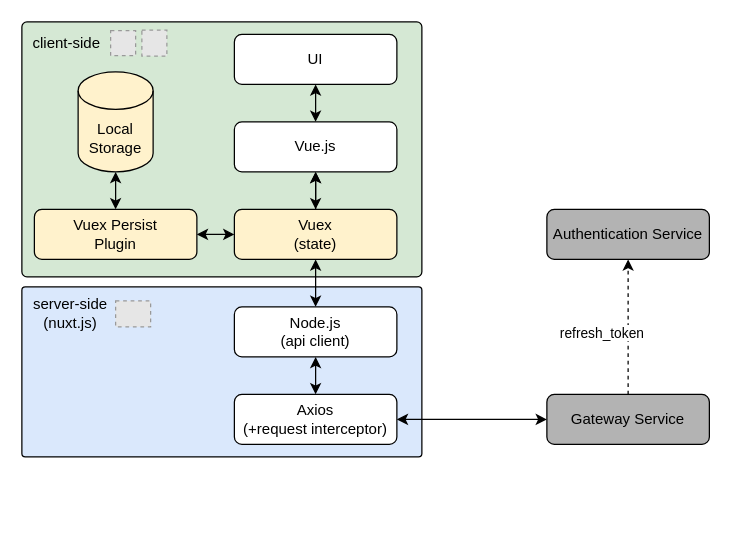
This is page "ui" (2 of 7) of .docs/images/architecture.drawio from DBRepo-Project/dbrepo, a draw.io file, before an edit. Source tidied: cells renumbered, new cells numbered last; positions are measured from the earlier drawing's top-left corner, leaving out a move shared by most shapes. Both pictures are drawn from the tidied source at 125%, with x=0, y=0 at pixel (21, 21). Pictures stored in the file or linked from it are replaced by grey dashed boxes.
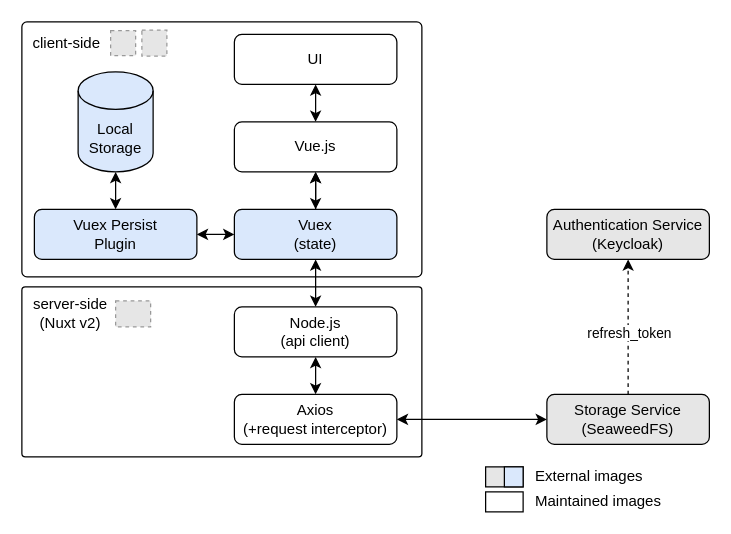
After the change.

Unchanged cells that the change refers to:
```xml
<mxCell id="18" style="edgeStyle=orthogonalEdgeStyle;rounded=0;jettySize=auto;html=1;exitX=0.5;exitY=0;exitDx=0;exitDy=0;entryX=0.5;entryY=1;entryDx=0;entryDy=0;dashed=1;" parent="1" edge="1" source="21" target="22">
  <mxGeometry relative="1" as="geometry" />
</mxCell>
```

Diff of the diagram source:
```diff
@@
-    <mxCell id="2" style="rounded=1;whiteSpace=wrap;html=1;arcSize=2;fillColor=#dae8fc;strokeColor=#000000;" parent="1" vertex="1">
+    <mxCell id="2" style="rounded=1;whiteSpace=wrap;html=1;arcSize=2;fillColor=#FFFFFF;strokeColor=#000000;" parent="1" vertex="1">
       <mxGeometry y="212" width="320" height="136" as="geometry" />
     </mxCell>
-    <mxCell id="3" style="rounded=1;whiteSpace=wrap;html=1;arcSize=2;fillColor=#d5e8d4;strokeColor=#000000;" parent="1" vertex="1">
+    <mxCell id="3" style="rounded=1;whiteSpace=wrap;html=1;arcSize=2;fillColor=#FFFFFF;strokeColor=#000000;" parent="1" vertex="1">
       <mxGeometry width="320" height="204" as="geometry" />
     </mxCell>
@@
-    <mxCell id="11" value="Vuex&lt;br&gt;(state)" style="rounded=1;whiteSpace=wrap;html=1;fillColor=#FFF2CC;" parent="1" vertex="1">
+    <mxCell id="11" value="Vuex&lt;br&gt;(state)" style="rounded=1;whiteSpace=wrap;html=1;fillColor=#DAE8FC;" parent="1" vertex="1">
       <mxGeometry x="170" y="150" width="130" height="40" as="geometry" />
     </mxCell>
@@
-    <mxCell id="13" value="Vuex Persist&lt;br&gt;Plugin" style="rounded=1;whiteSpace=wrap;html=1;fillColor=#FFF2CC;" parent="1" vertex="1">
+    <mxCell id="13" value="Vuex Persist&lt;br&gt;Plugin" style="rounded=1;whiteSpace=wrap;html=1;fillColor=#DAE8FC;" parent="1" vertex="1">
       <mxGeometry x="10" y="150" width="130" height="40" as="geometry" />
     </mxCell>
-    <mxCell id="14" value="Local Storage" style="shape=cylinder3;whiteSpace=wrap;html=1;boundedLbl=1;backgroundOutline=1;size=15;fillColor=#FFF2CC;" parent="1" vertex="1">
+    <mxCell id="14" value="Local Storage" style="shape=cylinder3;whiteSpace=wrap;html=1;boundedLbl=1;backgroundOutline=1;size=15;fillColor=#DAE8FC;" parent="1" vertex="1">
       <mxGeometry x="45" y="40" width="60" height="80" as="geometry" />
     </mxCell>
@@
     <mxCell id="19" value="refresh_token" style="edgeLabel;html=1;align=center;verticalAlign=middle;" parent="18" vertex="1">
       <mxGeometry x="0.56" y="1" relative="1" as="geometry">
-        <mxPoint x="-21" y="34" as="offset" />
+        <mxPoint x="1" y="34" as="offset" />
       </mxGeometry>
     </mxCell>
@@
-    <mxCell id="21" value="Gateway Service" style="rounded=1;whiteSpace=wrap;html=1;fillColor=#B3B3B3;" parent="1" vertex="1">
+    <mxCell id="21" value="Storage Service&lt;br style=&quot;border-color: var(--border-color);&quot;&gt;(SeaweedFS)" style="rounded=1;whiteSpace=wrap;html=1;fillColor=#E6E6E6;" parent="1" vertex="1">
       <mxGeometry x="420" y="298" width="130" height="40" as="geometry" />
     </mxCell>
-    <mxCell id="22" value="Authentication Service" style="rounded=1;whiteSpace=wrap;html=1;fillColor=#B3B3B3;" parent="1" vertex="1">
+    <mxCell id="22" value="Authentication Service&lt;br style=&quot;border-color: var(--border-color);&quot;&gt;(Keycloak)" style="rounded=1;whiteSpace=wrap;html=1;fillColor=#E6E6E6;" parent="1" vertex="1">
       <mxGeometry x="420" y="150" width="130" height="40" as="geometry" />
     </mxCell>
@@
-    <mxCell id="24" value="server-side&lt;br&gt;(nuxt.js)" style="text;html=1;strokeColor=none;fillColor=none;align=center;verticalAlign=middle;whiteSpace=wrap;rounded=0;" parent="1" vertex="1">
+    <mxCell id="24" value="server-side&lt;br&gt;(Nuxt v2)" style="text;html=1;strokeColor=none;fillColor=none;align=center;verticalAlign=middle;whiteSpace=wrap;rounded=0;" parent="1" vertex="1">
       <mxGeometry x="7" y="223" width="64" height="20" as="geometry" />
     </mxCell>
@@
+    <mxCell id="28" style="rounded=0;whiteSpace=wrap;html=1;fillColor=#E6E6E6;" parent="1" vertex="1">
+      <mxGeometry x="371" y="356" width="30" height="16" as="geometry" />
+    </mxCell>
+    <mxCell id="29" value="External images" style="text;html=1;strokeColor=none;fillColor=none;align=left;verticalAlign=middle;whiteSpace=wrap;rounded=0;" parent="1" vertex="1">
+      <mxGeometry x="408.5" y="356" width="140" height="16" as="geometry" />
+    </mxCell>
+    <mxCell id="30" style="rounded=0;whiteSpace=wrap;html=1;" parent="1" vertex="1">
+      <mxGeometry x="371" y="376" width="30" height="16" as="geometry" />
+    </mxCell>
+    <mxCell id="31" value="Maintained images" style="text;html=1;strokeColor=none;fillColor=none;align=left;verticalAlign=middle;whiteSpace=wrap;rounded=0;" parent="1" vertex="1">
+      <mxGeometry x="408.5" y="376" width="140" height="16" as="geometry" />
+    </mxCell>
+    <mxCell id="32" style="rounded=0;whiteSpace=wrap;html=1;fillColor=#dae8fc;strokeColor=#000000;" parent="1" vertex="1">
+      <mxGeometry x="386" y="356" width="15" height="16" as="geometry" />
+    </mxCell>
```
